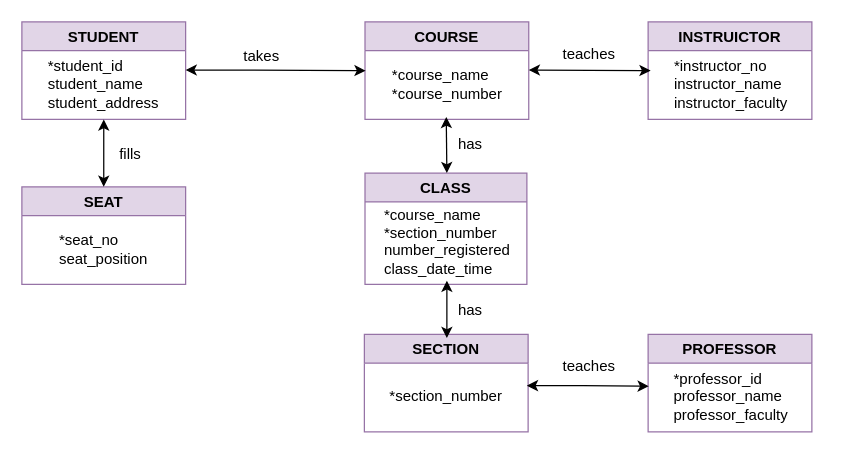
Before: DBMS/ Assignment1_ERD.drawio in RanitPradhan/Academics, a draw.io diagram. Source tidied: cells renumbered, new cells numbered last; positions are measured from the earlier drawing's top-left corner, leaving out a move shared by most shapes. Both pictures are drawn from the tidied source at 125%, with x=0, y=0 at pixel (21, 21).
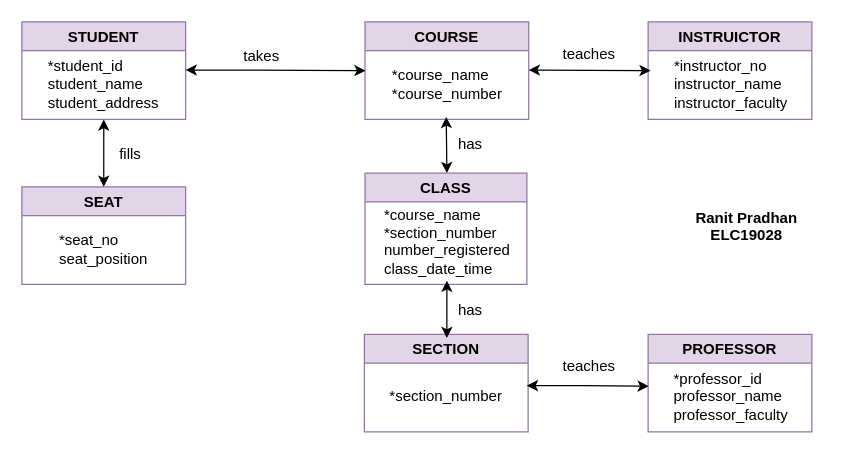
The same page after the edit.

Change to the diagram source:
```diff
@@
+    <mxCell id="28" value="&lt;div&gt;&lt;b&gt;Ranit Pradhan&lt;/b&gt;&lt;/div&gt;&lt;div&gt;&lt;b&gt;ELC19028&lt;br&gt;&lt;/b&gt;&lt;/div&gt;&lt;div&gt;&lt;b&gt;&lt;br&gt;&lt;/b&gt;&lt;/div&gt;" style="text;html=1;strokeColor=none;fillColor=none;align=center;verticalAlign=middle;whiteSpace=wrap;rounded=0;" parent="1" vertex="1">
+      <mxGeometry x="512" y="137.8" width="136" height="66.5" as="geometry" />
+    </mxCell>
```
